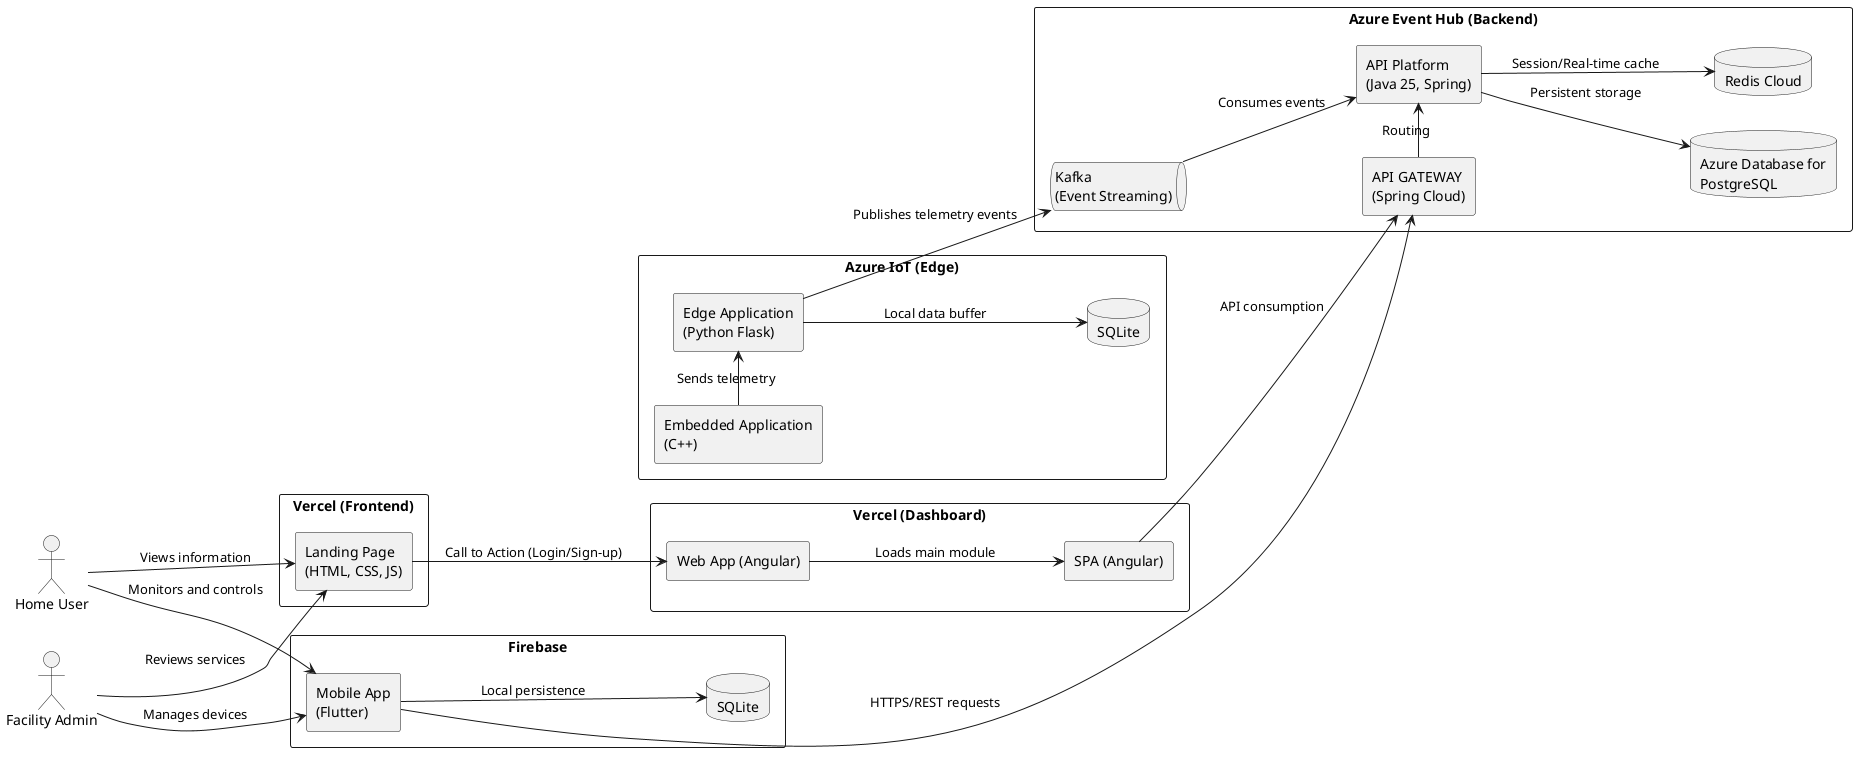
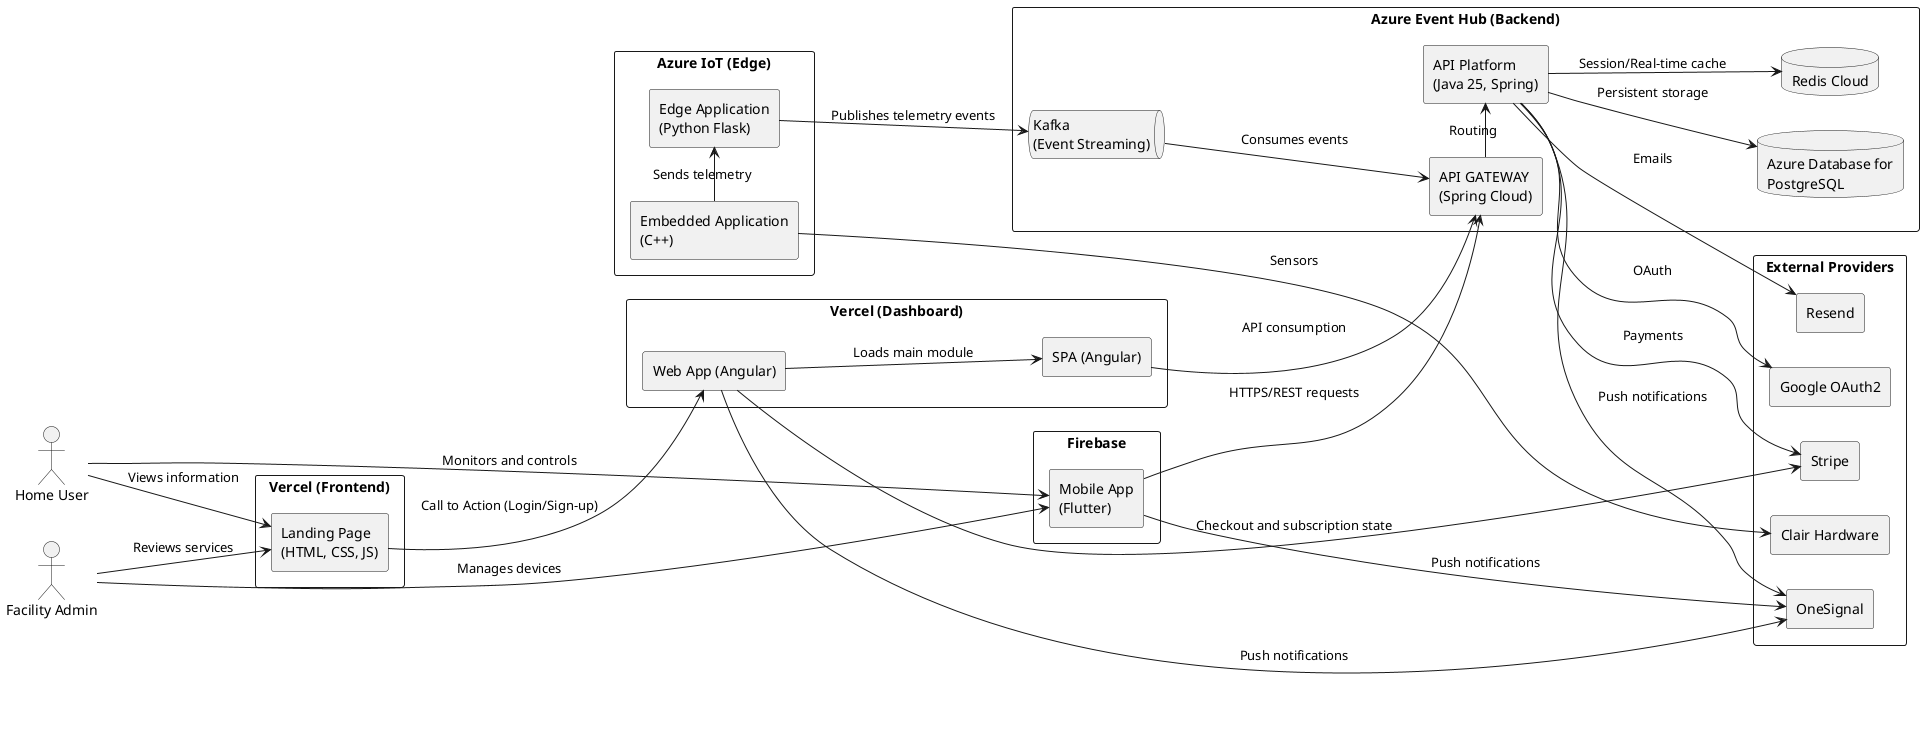
@startuml
left to right direction

skinparam packageStyle rectangle
skinparam shadowing false

actor "Home User" as home
actor "Facility Admin" as facility

rectangle "Firebase" {
    rectangle "Mobile App\n(Flutter)" as mobileapp
-     database "SQLite" as sqlite_mobile
}

rectangle "Vercel (Frontend)" as v1 {
    rectangle "Landing Page\n(HTML, CSS, JS)" as landing
}

rectangle "Vercel (Dashboard)" as v2 {
    rectangle "Web App (Angular)" as webapp
    rectangle "SPA (Angular)" as spa
}

rectangle "Azure Event Hub (Backend)" {

    rectangle "API GATEWAY\n(Spring Cloud)" as gateway

    rectangle "API Platform\n(Java 25, Spring)" as platform

    queue "Kafka\n(Event Streaming)" as kafka

    database "Azure Database for\nPostgreSQL" as postgres
    database "Redis Cloud" as redis
}

+ rectangle "External Providers" {
+     rectangle "Google OAuth2" as google
+     rectangle "Stripe" as stripe
+     rectangle "OneSignal" as onesignal
+     rectangle "Resend" as resend
+     rectangle "Clair Hardware" as hardware
+ }
+ 
rectangle "Azure IoT (Edge)" {
    rectangle "Embedded Application\n(C++)" as embedded
    rectangle "Edge Application\n(Python Flask)" as edge
-     database "SQLite" as sqlite_edge
}

' --- User Relationships ---
home --> mobileapp : "Monitors and controls"
home --> landing : "Views information"
facility --> mobileapp : "Manages devices"
facility --> landing : "Reviews services"

' --- Frontend Flow ---
landing --> webapp : "Call to Action (Login/Sign-up)"
webapp --> spa : "Loads main module"

' --- Mobile & Web Connections ---
- mobileapp --> sqlite_mobile : "Local persistence"
mobileapp --> gateway : "HTTPS/REST requests"
+ webapp --> stripe : "Checkout and subscription state"
+ webapp --> onesignal : "Push notifications"
+ mobileapp --> onesignal : "Push notifications"
spa --> gateway : "API consumption"

' --- Backend Orchestration ---
gateway -right-> platform : "Routing"
platform --> postgres : "Persistent storage"
platform --> redis : "Session/Real-time cache"

' --- Event Processing ---
- edge --> kafka : "Publishes telemetry events"
- kafka --> platform : "Consumes events"
+  edge --> kafka : "Publishes telemetry events"
+  kafka --> gateway : "Consumes events"

' --- IoT/Edge Flow ---
embedded -right-> edge : "Sends telemetry"
- edge --> sqlite_edge : "Local data buffer"

- @enduml+ ' --- External Provider Integrations ---
+ platform --> google : "OAuth"
+ platform --> stripe : "Payments"
+ platform --> onesignal : "Push notifications"
+ platform --> resend : "Emails"
+ embedded --> hardware : "Sensors"
+ 
+ @enduml
